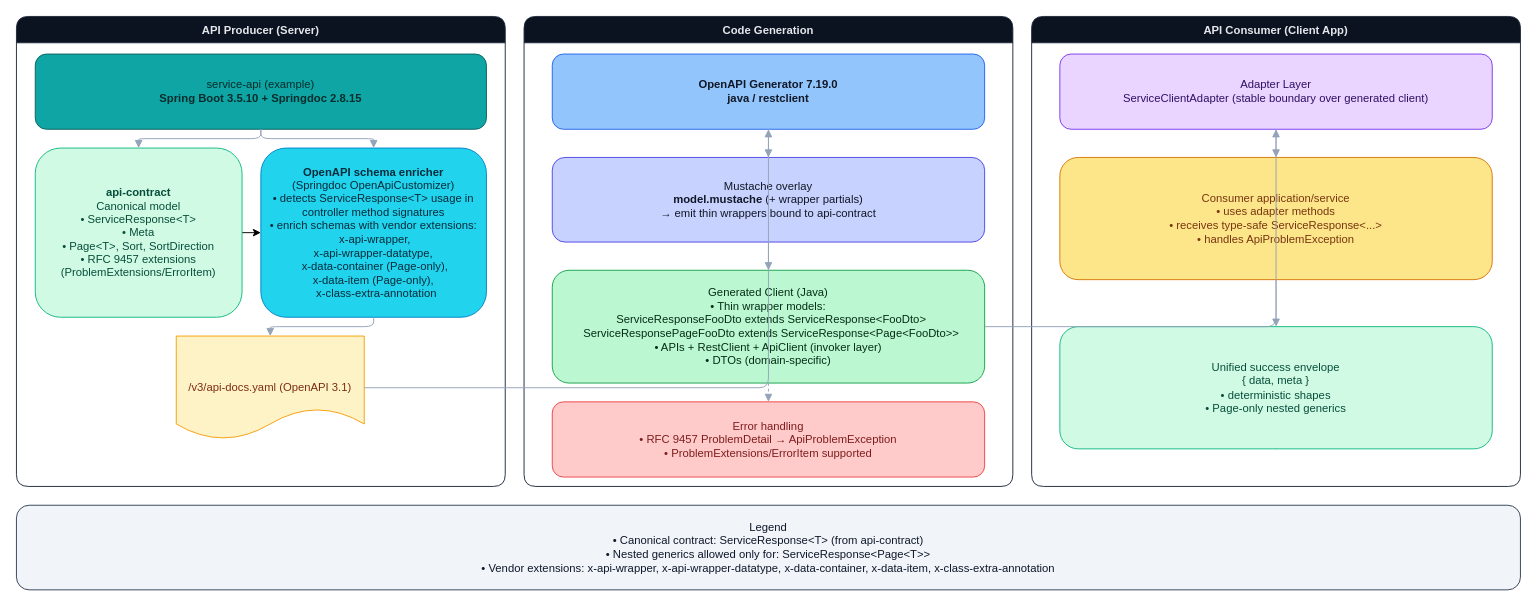
The draw.io diagram docs/images/architecture/architectural-diagram.drawio in bsayli/spring-boot-openapi-generics-clients, before the edit. Source tidied: cells renumbered, new cells numbered last; positions are measured from the earlier drawing's top-left corner, leaving out a move shared by most shapes. Both pictures are drawn from the tidied source at 94%, with x=0, y=0 at pixel (16, 16).
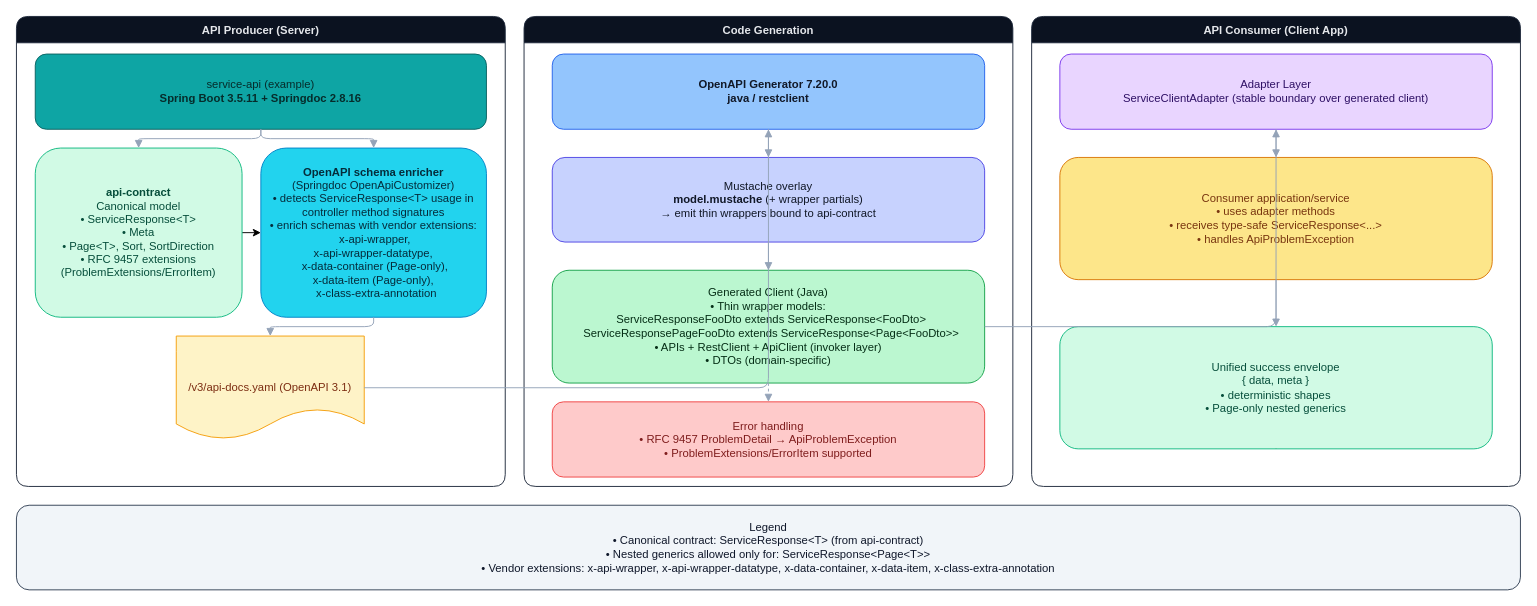
The same page after the edit.

Unchanged cells that the change refers to:
```xml
<mxCell id="2" value="API Producer (Server)" style="swimlane;rounded=1;strokeColor=#1e293b;fillColor=#0b1220;fontColor=#e5e7eb;horizontal=1;startSize=28;" parent="1" vertex="1">
  <mxGeometry width="520" height="500" as="geometry" />
</mxCell>
<mxCell id="11" value="Code Generation" style="swimlane;rounded=1;strokeColor=#1e293b;fillColor=#0b1220;fontColor=#e5e7eb;horizontal=1;startSize=28;" parent="1" vertex="1">
  <mxGeometry x="540" width="520" height="500" as="geometry" />
</mxCell>
```

Diff of the diagram source:
```diff
@@
-    <mxCell id="3" value="service-api (example)&lt;br&gt;&lt;b&gt;Spring Boot 3.5.10 + Springdoc 2.8.15&lt;/b&gt;" style="rounded=1;whiteSpace=wrap;html=1;fillColor=#0ea5a4;strokeColor=#0b6261;fontColor=#062c2b;" parent="2" vertex="1">
+    <mxCell id="3" value="service-api (example)&lt;br&gt;&lt;b&gt;Spring Boot 3.5.11 + Springdoc 2.8.16&lt;/b&gt;" style="rounded=1;whiteSpace=wrap;html=1;fillColor=#0ea5a4;strokeColor=#0b6261;fontColor=#062c2b;" parent="2" vertex="1">
       <mxGeometry x="20" y="40" width="480" height="80" as="geometry" />
     </mxCell>
@@
-    <mxCell id="12" value="&lt;b&gt;OpenAPI Generator 7.19.0&lt;/b&gt;&lt;br&gt;&lt;b&gt;java / restclient&lt;/b&gt;" style="rounded=1;whiteSpace=wrap;html=1;fillColor=#93c5fd;strokeColor=#2563eb;fontColor=#111827;" parent="11" vertex="1">
+    <mxCell id="12" value="&lt;b&gt;OpenAPI Generator 7.20.0&lt;/b&gt;&lt;br&gt;&lt;b&gt;java / restclient&lt;/b&gt;" style="rounded=1;whiteSpace=wrap;html=1;fillColor=#93c5fd;strokeColor=#2563eb;fontColor=#111827;" parent="11" vertex="1">
       <mxGeometry x="30" y="40" width="460" height="80" as="geometry" />
     </mxCell>
```
